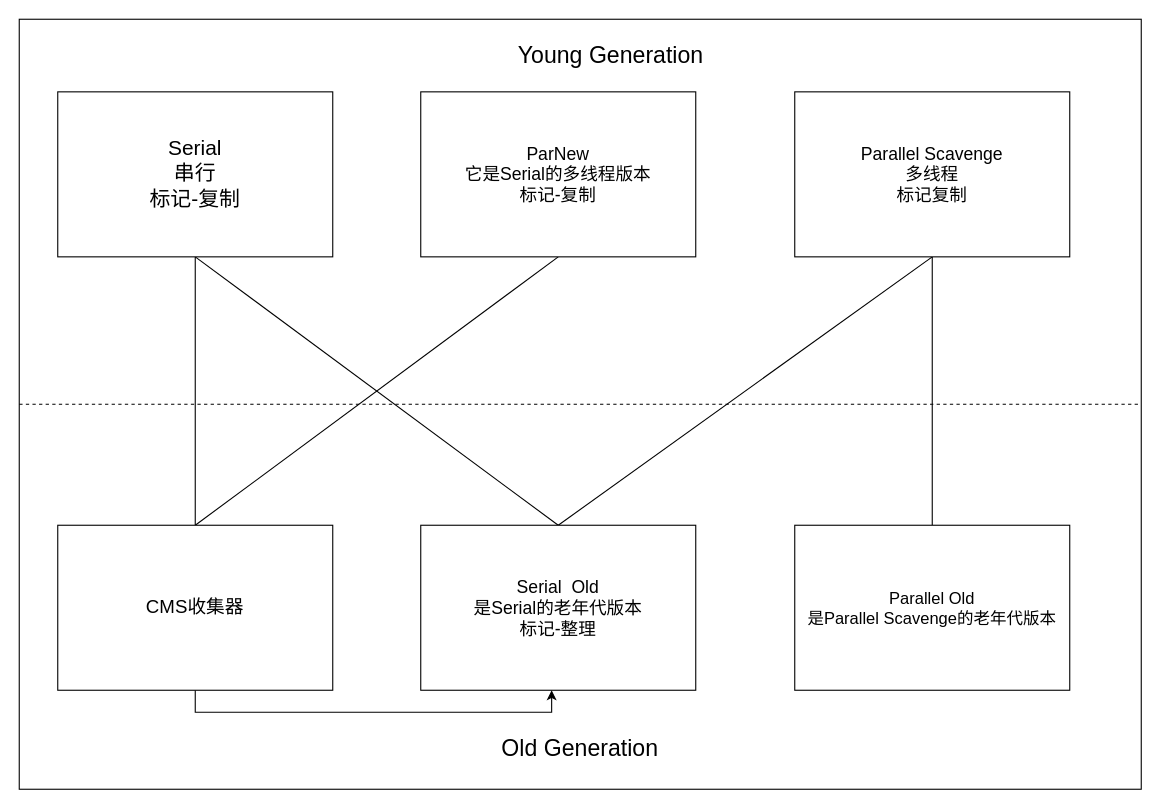
Above: 垃圾收集器.drawio in chenxiaochuan72/draw (draw.io), before the change. Source tidied: cells renumbered, new cells numbered last; positions are measured from the earlier drawing's top-left corner, leaving out a move shared by most shapes. Both pictures are drawn from the tidied source at 110%, with x=0, y=0 at pixel (19, 19).
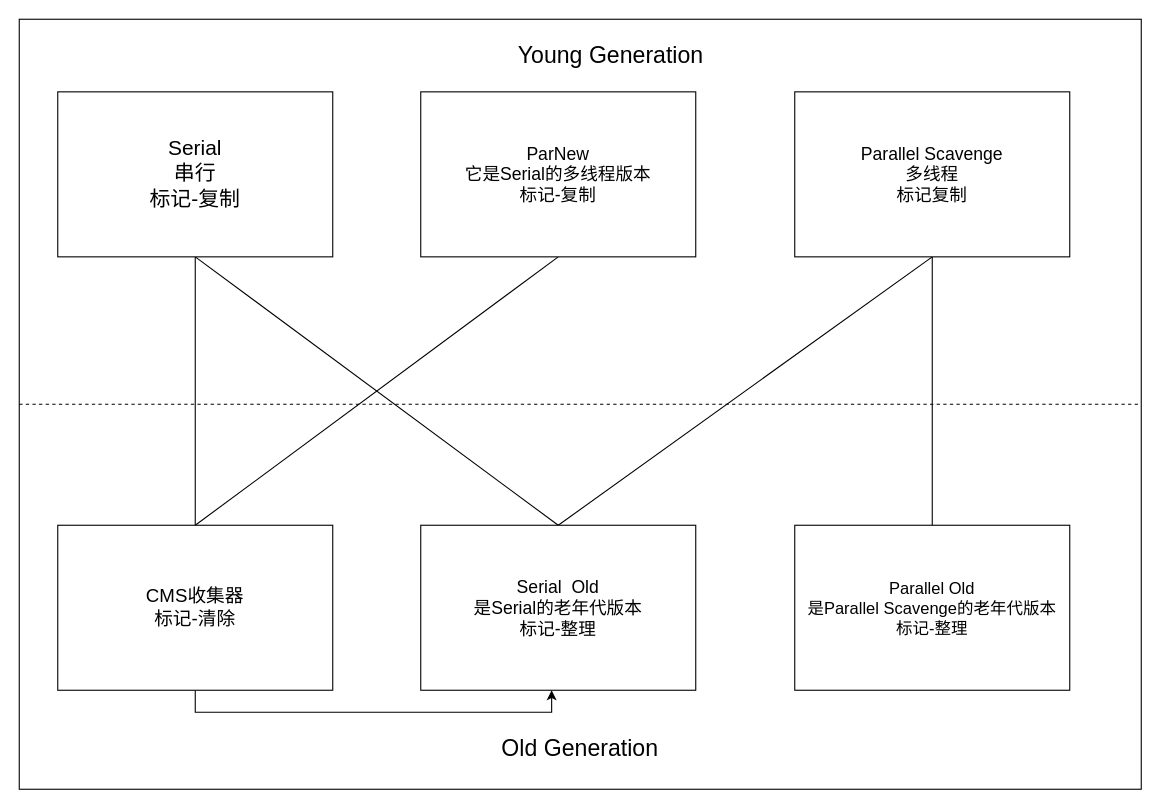
Above is the later version.

Commit message (it also covers changes not shown here):
更新垃圾收集器.drawio

Change to the diagram source:
```diff
@@
 <mxGraphModel>
   <root>
     <mxCell id="0" />
     <mxCell id="1" parent="0" />
     <mxCell id="2" style="rounded=0;whiteSpace=wrap;html=1;" parent="1" vertex="1">
       <mxGeometry width="1020" height="700" as="geometry" />
     </mxCell>
     <mxCell id="3" style="endArrow=none;html=1;rounded=0;exitX=0;exitY=0.5;exitDx=0;exitDy=0;entryX=1;entryY=0.5;entryDx=0;entryDy=0;dashed=1;" parent="1" edge="1" source="2" target="2">
       <mxGeometry relative="1" as="geometry" />
     </mxCell>
     <mxCell id="4" style="rounded=0;jettySize=auto;html=1;exitX=0.5;exitY=1;exitDx=0;exitDy=0;entryX=0.5;entryY=0;entryDx=0;entryDy=0;strokeColor=default;endArrow=none;endFill=0;" parent="1" edge="1" source="6" target="15">
       <mxGeometry relative="1" as="geometry" />
     </mxCell>
     <mxCell id="5" style="rounded=0;jettySize=auto;html=1;exitX=0.5;exitY=1;exitDx=0;exitDy=0;entryX=0.5;entryY=0;entryDx=0;entryDy=0;endArrow=none;endFill=0;" parent="1" edge="1" source="6" target="12">
       <mxGeometry relative="1" as="geometry" />
     </mxCell>
     <mxCell id="6" value="&lt;font style=&quot;font-size: 19px;&quot;&gt;Serial&lt;br&gt;串行&lt;br&gt;标记-复制&lt;br&gt;&lt;/font&gt;" style="rounded=0;whiteSpace=wrap;html=1;flipV=1;flipH=1;" parent="1" vertex="1">
       <mxGeometry x="35" y="66" width="250" height="150" as="geometry" />
     </mxCell>
     <mxCell id="7" style="rounded=0;jettySize=auto;html=1;exitX=0.5;exitY=1;exitDx=0;exitDy=0;entryX=0.5;entryY=0;entryDx=0;entryDy=0;endArrow=none;endFill=0;" parent="1" edge="1" source="8" target="15">
       <mxGeometry relative="1" as="geometry" />
     </mxCell>
     <mxCell id="8" value="&lt;font style=&quot;font-size: 16px;&quot;&gt;ParNew&lt;br&gt;它是Serial的多线程版本&lt;br&gt;标记-复制&lt;/font&gt;" style="rounded=0;whiteSpace=wrap;html=1;flipV=1;flipH=1;" parent="1" vertex="1">
       <mxGeometry x="365" y="66" width="250" height="150" as="geometry" />
     </mxCell>
     <mxCell id="9" style="rounded=0;jettySize=auto;html=1;exitX=0.5;exitY=1;exitDx=0;exitDy=0;entryX=0.5;entryY=0;entryDx=0;entryDy=0;endArrow=none;endFill=0;" parent="1" edge="1" source="11" target="12">
       <mxGeometry relative="1" as="geometry" />
     </mxCell>
     <mxCell id="10" style="edgeStyle=orthogonalEdgeStyle;rounded=0;jettySize=auto;html=1;exitX=0.5;exitY=1;exitDx=0;exitDy=0;endArrow=none;endFill=0;" parent="1" edge="1" source="11" target="13">
       <mxGeometry relative="1" as="geometry" />
     </mxCell>
     <mxCell id="11" value="&lt;font style=&quot;font-size: 16px;&quot;&gt;Parallel Scavenge&lt;br&gt;多线程&lt;br&gt;标记复制&lt;/font&gt;" style="rounded=0;whiteSpace=wrap;html=1;flipV=1;flipH=1;" parent="1" vertex="1">
       <mxGeometry x="705" y="66" width="250" height="150" as="geometry" />
     </mxCell>
     <mxCell id="12" value="&lt;font style=&quot;font-size: 16px;&quot;&gt;Serial &amp;nbsp;Old&lt;br&gt;是Serial的老年代版本&lt;br&gt;标记-整理&lt;/font&gt;" style="rounded=0;whiteSpace=wrap;html=1;flipH=1;flipV=1;" parent="1" vertex="1">
       <mxGeometry x="365" y="460" width="250" height="150" as="geometry" />
     </mxCell>
-    <mxCell id="13" value="&lt;font style=&quot;font-size: 15px;&quot;&gt;Parallel Old&lt;br&gt;是Parallel Scavenge的老年代版本&lt;/font&gt;" style="rounded=0;whiteSpace=wrap;html=1;flipH=1;flipV=1;" parent="1" vertex="1">
+    <mxCell id="13" value="&lt;font style=&quot;font-size: 15px;&quot;&gt;Parallel Old&lt;br&gt;是Parallel Scavenge的老年代版本&lt;br&gt;标记-整理&lt;br&gt;&lt;/font&gt;" style="rounded=0;whiteSpace=wrap;html=1;flipH=1;flipV=1;" parent="1" vertex="1">
       <mxGeometry x="705" y="460" width="250" height="150" as="geometry" />
     </mxCell>
     <mxCell id="14" style="edgeStyle=orthogonalEdgeStyle;rounded=0;jettySize=auto;html=1;exitX=0.5;exitY=1;exitDx=0;exitDy=0;entryX=0.524;entryY=0;entryDx=0;entryDy=0;entryPerimeter=0;" parent="1" edge="1" source="15" target="12">
       <mxGeometry relative="1" as="geometry" />
     </mxCell>
-    <mxCell id="15" value="&lt;font style=&quot;font-size: 17px;&quot;&gt;CMS收集器&lt;/font&gt;" style="rounded=0;whiteSpace=wrap;html=1;flipH=1;flipV=1;" parent="1" vertex="1">
+    <mxCell id="15" value="&lt;font style=&quot;font-size: 17px;&quot;&gt;CMS收集器&lt;br&gt;标记-清除&lt;br&gt;&lt;/font&gt;" style="rounded=0;whiteSpace=wrap;html=1;flipH=1;flipV=1;" parent="1" vertex="1">
       <mxGeometry x="35" y="460" width="250" height="150" as="geometry" />
     </mxCell>
     <mxCell id="16" value="&lt;font style=&quot;font-size: 21px;&quot;&gt;Young Generation&lt;/font&gt;" style="rounded=0;whiteSpace=wrap;html=1;strokeWidth=1;strokeColor=#ffffff;" parent="1" vertex="1">
       <mxGeometry x="395" y="10" width="286" height="44" as="geometry" />
     </mxCell>
     <mxCell id="17" value="&lt;font style=&quot;font-size: 21px;&quot;&gt;Old Generation&lt;/font&gt;" style="rounded=0;whiteSpace=wrap;html=1;strokeWidth=1;strokeColor=#ffffff;" parent="1" vertex="1">
       <mxGeometry x="367" y="640" width="286" height="44" as="geometry" />
     </mxCell>
   </root>
 </mxGraphModel>
```
